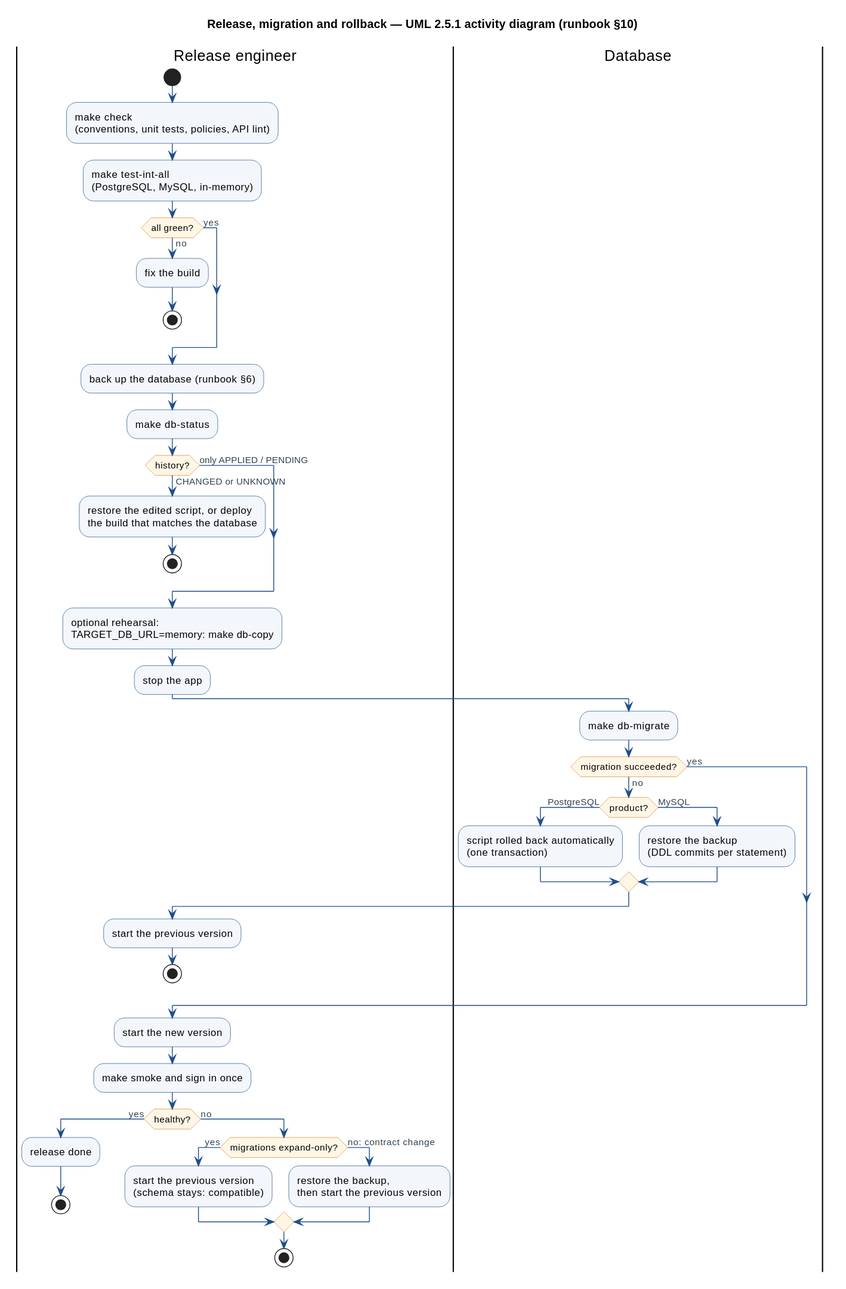
Before: diagrams/svg/29-rollout-activity.svg, a diagram exported from PlantUML (jaricsng/ooad-3tier-job-allocation). Source of this version:
```plantuml
@startuml
!include style.iuml
skinparam activityBackgroundColor #F3F6FA
skinparam activityBorderColor #1E4E8C
skinparam activityDiamondBackgroundColor #FFF6E5
skinparam activityDiamondBorderColor #D9822B
title Release, migration and rollback — UML 2.5.1 activity diagram (runbook §10)

|Release engineer|
start
:make check\n(conventions, unit tests, policies, API lint);
:make test-int-all\n(PostgreSQL, MySQL, in-memory);
if (all green?) then (no)
  :fix the build;
  stop
else (yes)
endif
:back up the database (runbook §6);
:make db-status;
if (history?) then (CHANGED or UNKNOWN)
  :restore the edited script, or deploy\nthe build that matches the database;
  stop
else (only APPLIED / PENDING)
endif
:optional rehearsal:\nTARGET_DB_URL=memory: make db-copy;
:stop the app;
|Database|
:make db-migrate;
if (migration succeeded?) then (no)
  if (product?) then (PostgreSQL)
    :script rolled back automatically\n(one transaction);
  else (MySQL)
    :restore the backup\n(DDL commits per statement);
  endif
  |Release engineer|
  :start the previous version;
  stop
else (yes)
endif
|Release engineer|
:start the new version;
:make smoke and sign in once;
if (healthy?) then (yes)
  :release done;
  stop
else (no)
  if (migrations expand-only?) then (yes)
    :start the previous version\n(schema stays: compatible);
  else (no: contract change)
    :restore the backup,\nthen start the previous version;
  endif
  stop
endif
@enduml
```
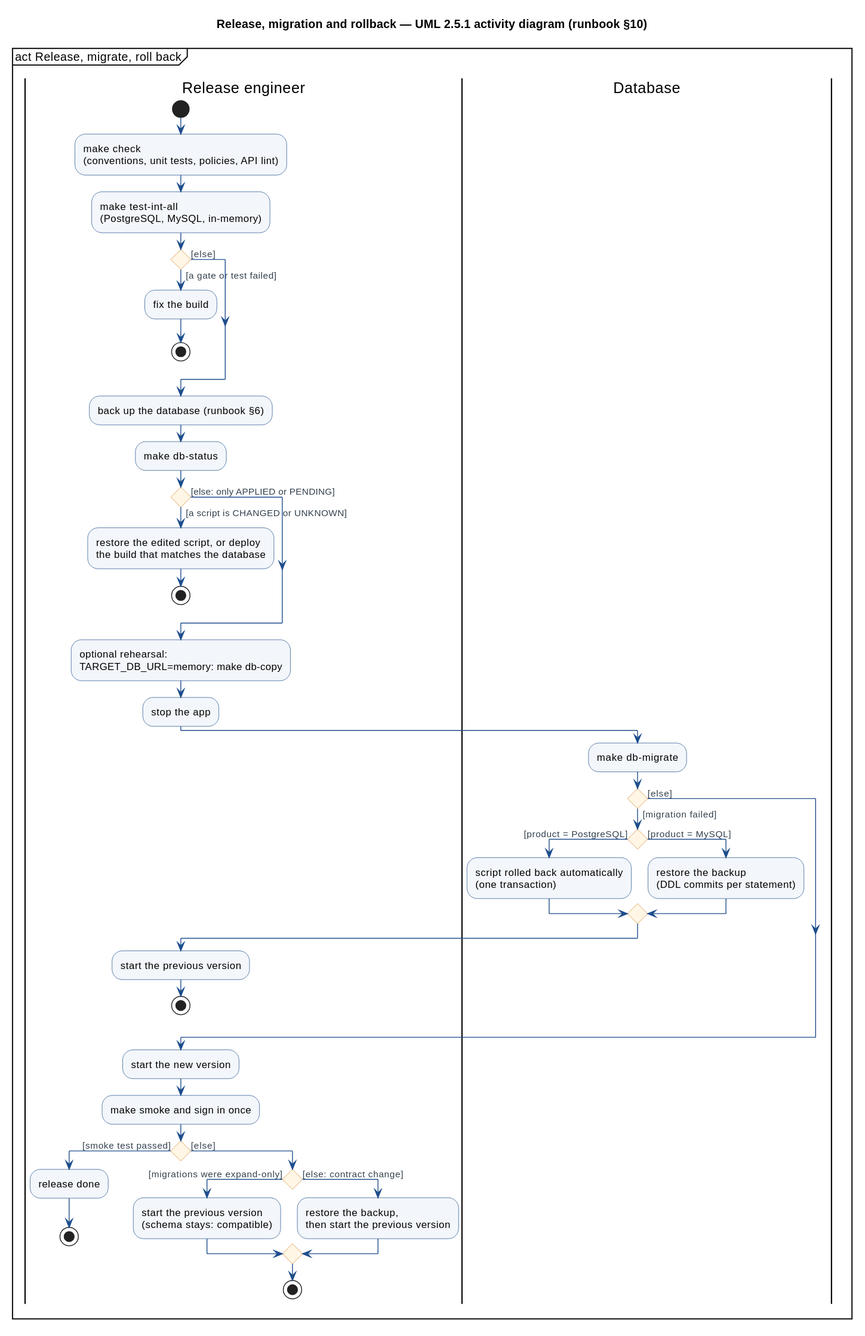
After the change.

The edit, as a diff of the source:
```diff
@@ -4,49 +4,50 @@
 skinparam activityBorderColor #1E4E8C
 skinparam activityDiamondBackgroundColor #FFF6E5
 skinparam activityDiamondBorderColor #D9822B
+mainframe act Release, migrate, roll back
 title Release, migration and rollback — UML 2.5.1 activity diagram (runbook §10)
 
 |Release engineer|
 start
 :make check\n(conventions, unit tests, policies, API lint);
 :make test-int-all\n(PostgreSQL, MySQL, in-memory);
-if (all green?) then (no)
+if () then ([a gate or test failed])
   :fix the build;
   stop
-else (yes)
+else ([else])
 endif
 :back up the database (runbook §6);
 :make db-status;
-if (history?) then (CHANGED or UNKNOWN)
+if () then ([a script is CHANGED or UNKNOWN])
   :restore the edited script, or deploy\nthe build that matches the database;
   stop
-else (only APPLIED / PENDING)
+else ([else: only APPLIED or PENDING])
 endif
 :optional rehearsal:\nTARGET_DB_URL=memory: make db-copy;
 :stop the app;
 |Database|
 :make db-migrate;
-if (migration succeeded?) then (no)
-  if (product?) then (PostgreSQL)
+if () then ([migration failed])
+  if () then ([product = PostgreSQL])
     :script rolled back automatically\n(one transaction);
-  else (MySQL)
+  else ([product = MySQL])
     :restore the backup\n(DDL commits per statement);
   endif
   |Release engineer|
   :start the previous version;
   stop
-else (yes)
+else ([else])
 endif
 |Release engineer|
 :start the new version;
 :make smoke and sign in once;
-if (healthy?) then (yes)
+if () then ([smoke test passed])
   :release done;
   stop
-else (no)
-  if (migrations expand-only?) then (yes)
+else ([else])
+  if () then ([migrations were expand-only])
     :start the previous version\n(schema stays: compatible);
-  else (no: contract change)
+  else ([else: contract change])
     :restore the backup,\nthen start the previous version;
   endif
   stop
```
